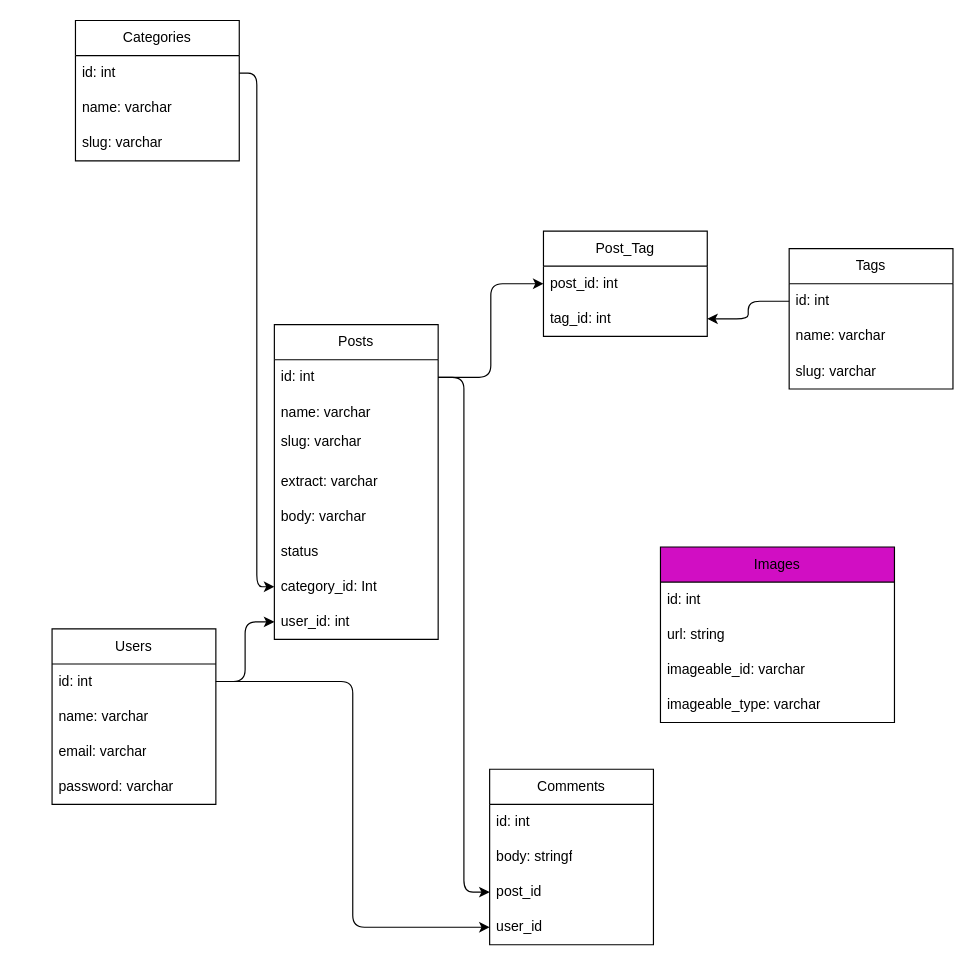
The draw.io diagram resources/blog.drawio in gera5890/api-restful-laravel, before the edit. Source tidied: cells renumbered, new cells numbered last; positions are measured from the earlier drawing's top-left corner, leaving out a move shared by most shapes. Both pictures are drawn from the tidied source at 117%, with x=0, y=0 at pixel (51, 20).
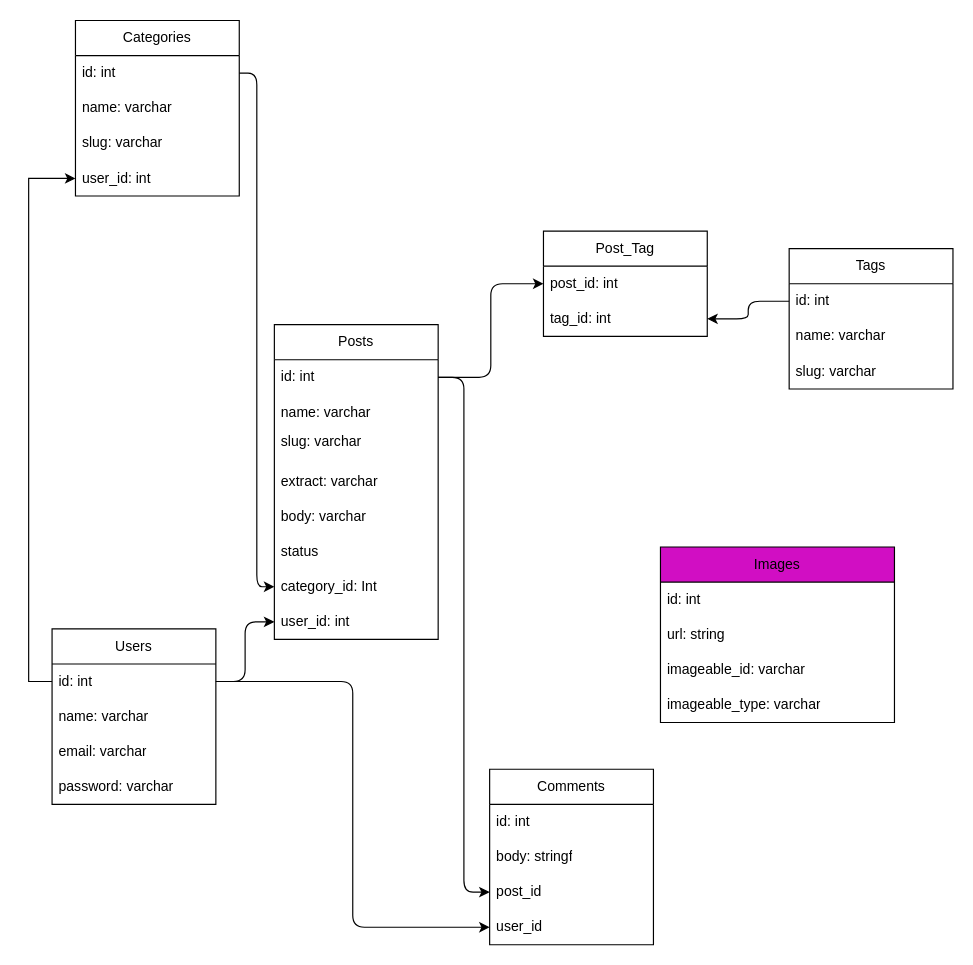
The same page after the edit.

The change refers to these unchanged cells:
```xml
<mxCell id="7" value="id: int" style="text;strokeColor=none;fillColor=none;align=left;verticalAlign=middle;spacingLeft=4;spacingRight=4;overflow=hidden;points=[[0,0.5],[1,0.5]];portConstraint=eastwest;whiteSpace=wrap;html=1;" parent="6" vertex="1">
  <mxGeometry y="30" width="140" height="30" as="geometry" />
</mxCell>
```

Diff of the diagram source:
```diff
@@
     <mxCell id="11" value="Categories" style="swimlane;fontStyle=0;horizontal=1;startSize=30;whiteSpace=wrap;html=1;" parent="1" vertex="1">
-      <mxGeometry x="20" width="140" height="120" as="geometry" />
+      <mxGeometry x="20" width="140" height="150" as="geometry" />
     </mxCell>
@@
+    <mxCell id="43" value="slug: varchar" style="text;strokeColor=none;fillColor=none;align=left;verticalAlign=middle;spacingLeft=4;spacingRight=4;overflow=hidden;whiteSpace=wrap;html=1;" parent="11" vertex="1">
+      <mxGeometry y="90" width="140" height="30" as="geometry" />
+    </mxCell>
-    <mxCell id="14" value="slug: varchar" style="text;strokeColor=none;fillColor=none;align=left;verticalAlign=middle;spacingLeft=4;spacingRight=4;overflow=hidden;points=[[0,0.5],[1,0.5]];portConstraint=eastwest;whiteSpace=wrap;html=1;" parent="11" vertex="1">
-      <mxGeometry y="90" width="140" height="30" as="geometry" />
+    <mxCell id="14" value="user_id: int" style="text;strokeColor=none;fillColor=none;align=left;verticalAlign=middle;spacingLeft=4;spacingRight=4;overflow=hidden;points=[[0,0.5],[1,0.5]];portConstraint=eastwest;whiteSpace=wrap;html=1;" parent="11" vertex="1">
+      <mxGeometry y="120" width="140" height="30" as="geometry" />
     </mxCell>
@@
+    <mxCell id="44" style="edgeStyle=orthogonalEdgeStyle;rounded=0;jettySize=auto;html=1;exitX=0;exitY=0.5;exitDx=0;exitDy=0;entryX=0;entryY=0.5;entryDx=0;entryDy=0;fontFamily=Helvetica;fontSize=12;fontColor=default;" parent="1" edge="1" source="7" target="14">
+      <mxGeometry relative="1" as="geometry" />
+    </mxCell>
```
